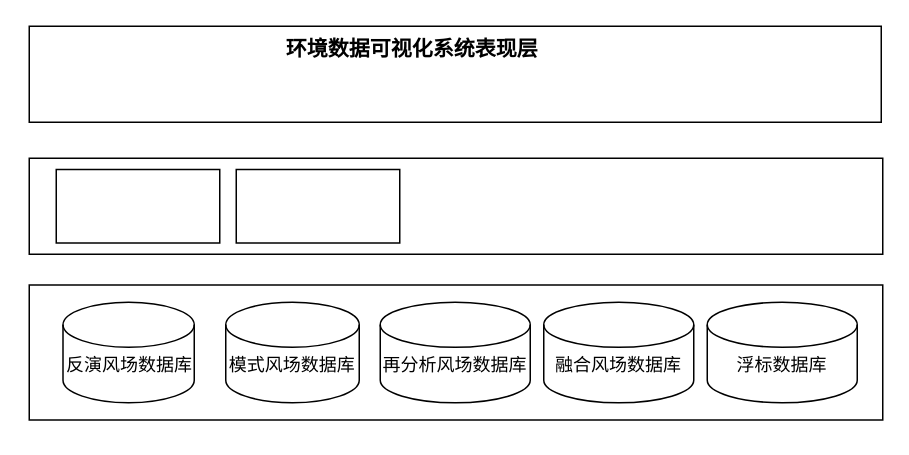
Above: architecture.drawio in xiangsanliu/drawio (draw.io), before the change. Source tidied: cells renumbered, new cells numbered last; positions are measured from the earlier drawing's top-left corner, leaving out a move shared by most shapes. Both pictures are drawn from the tidied source at 150%, with x=0, y=0 at pixel (28, 26).
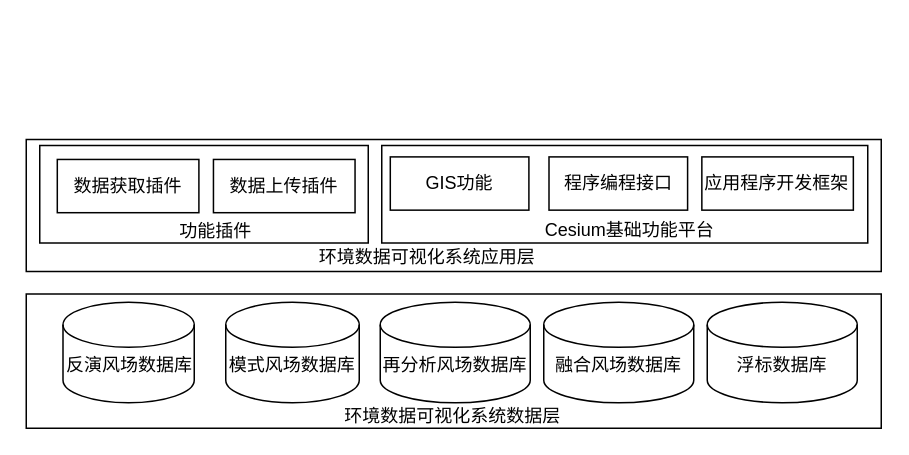
After the change.

Change to the diagram source:
```diff
@@
-    <mxCell id="2" style="rounded=0;whiteSpace=wrap;html=1;" parent="1" vertex="1">
-      <mxGeometry width="568" height="64" as="geometry" />
-    </mxCell>
-    <mxCell id="3" value="&lt;b&gt;&lt;font style=&quot;font-size: 14px&quot;&gt;环境数据可视化系统表现层&lt;/font&gt;&lt;/b&gt;" style="text;html=1;align=center;verticalAlign=middle;" parent="1" vertex="1">
-      <mxGeometry x="166" y="5" width="178" height="19" as="geometry" />
-    </mxCell>
-    <mxCell id="4" style="rounded=0;whiteSpace=wrap;html=1;" parent="1" vertex="1">
-      <mxGeometry y="88" width="569" height="64" as="geometry" />
-    </mxCell>
-    <mxCell id="5" style="rounded=0;whiteSpace=wrap;html=1;" parent="1" vertex="1">
-      <mxGeometry x="18" y="95.5" width="109" height="49" as="geometry" />
-    </mxCell>
-    <mxCell id="6" style="rounded=0;whiteSpace=wrap;html=1;" parent="1" vertex="1">
-      <mxGeometry x="138" y="95.5" width="109" height="49" as="geometry" />
-    </mxCell>
+    <mxCell id="14" style="group;" parent="1" vertex="1">
+      <mxGeometry x="-2" y="178.5" width="569" height="90.5" as="geometry" />
+    </mxCell>
+    <mxCell id="15" style="group;" parent="14" vertex="1">
+      <mxGeometry width="570" height="90" as="geometry" />
+    </mxCell>
-    <mxCell id="7" style="rounded=0;whiteSpace=wrap;html=1;" parent="1" vertex="1">
-      <mxGeometry y="172.5" width="569" height="90" as="geometry" />
+    <mxCell id="7" style="rounded=0;whiteSpace=wrap;html=1;" parent="15" vertex="1">
+      <mxGeometry width="570" height="89.5" as="geometry" />
     </mxCell>
+    <mxCell id="16" value="环境数据可视化系统数据层" style="text;html=1;align=center;verticalAlign=middle;" parent="15" vertex="1">
+      <mxGeometry x="207.4" y="72.1" width="154" height="18" as="geometry" />
+    </mxCell>
@@
+    <mxCell id="17" style="group;" parent="1" vertex="1">
+      <mxGeometry x="-2" y="75.5" width="570" height="88" as="geometry" />
+    </mxCell>
+    <mxCell id="2" style="rounded=0;whiteSpace=wrap;html=1;" parent="17" vertex="1">
+      <mxGeometry width="570" height="88" as="geometry" />
+    </mxCell>
+    <mxCell id="18" style="group;" parent="17" vertex="1">
+      <mxGeometry x="237" y="4" width="324" height="65" as="geometry" />
+    </mxCell>
+    <mxCell id="19" style="rounded=0;whiteSpace=wrap;html=1;" parent="18" vertex="1">
+      <mxGeometry width="324" height="65" as="geometry" />
+    </mxCell>
+    <mxCell id="20" style="group;" parent="18" vertex="1">
+      <mxGeometry x="5.7" y="7.6" width="308.8" height="35.5" as="geometry" />
+    </mxCell>
+    <mxCell id="21" value="GIS功能" style="rounded=0;whiteSpace=wrap;html=1;" parent="20" vertex="1">
+      <mxGeometry width="92.4" height="35.5" as="geometry" />
+    </mxCell>
+    <mxCell id="22" value="应用程序开发框架" style="rounded=0;whiteSpace=wrap;html=1;" parent="20" vertex="1">
+      <mxGeometry x="207.7" width="101" height="35.5" as="geometry" />
+    </mxCell>
+    <mxCell id="23" value="程序编程接口" style="rounded=0;whiteSpace=wrap;html=1;" parent="20" vertex="1">
+      <mxGeometry x="105.8" width="92.4" height="35.5" as="geometry" />
+    </mxCell>
+    <mxCell id="24" value="Cesium基础功能平台" style="text;html=1;align=center;verticalAlign=middle;" parent="18" vertex="1">
+      <mxGeometry x="103.4" y="47.3" width="123" height="18" as="geometry" />
+    </mxCell>
+    <mxCell id="25" style="group;" parent="17" vertex="1">
+      <mxGeometry x="9" y="4" width="219" height="65" as="geometry" />
+    </mxCell>
+    <mxCell id="26" style="rounded=0;whiteSpace=wrap;html=1;" parent="25" vertex="1">
+      <mxGeometry width="219" height="65" as="geometry" />
+    </mxCell>
+    <mxCell id="27" value="数据获取插件" style="rounded=0;whiteSpace=wrap;html=1;" parent="25" vertex="1">
+      <mxGeometry x="11.7" y="9.3" width="94.4" height="35.5" as="geometry" />
+    </mxCell>
+    <mxCell id="28" value="数据上传插件" style="rounded=0;whiteSpace=wrap;html=1;" parent="25" vertex="1">
+      <mxGeometry x="115.8" y="9.3" width="94.4" height="35.5" as="geometry" />
+    </mxCell>
+    <mxCell id="29" value="功能插件" style="text;html=1;align=center;verticalAlign=middle;" parent="25" vertex="1">
+      <mxGeometry x="87.6" y="48.3" width="58" height="18" as="geometry" />
+    </mxCell>
+    <mxCell id="30" value="环境数据可视化系统应用层" style="text;html=1;align=center;verticalAlign=middle;" parent="17" vertex="1">
+      <mxGeometry x="190.3" y="69" width="154" height="18" as="geometry" />
+    </mxCell>
```
